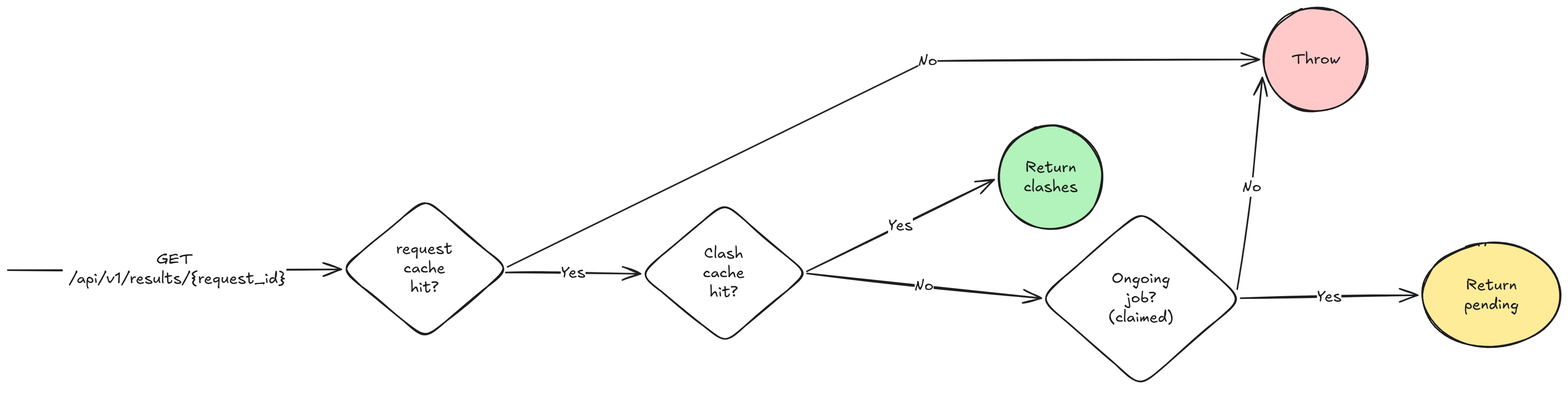
Before: docs/diagrams/poll-flow.png, a diagram exported from Excalidraw (2pacalypse/clashing-buildings). Source tidied: one line per element, renumbered; positions are measured from the earlier drawing's top-left corner, leaving out a move shared by most shapes. Its diagram source:
```json
{"id": 0, "type": "arrow", "strokeColor": "#1e1e1e", "strokeWidth": 2, "roughness": 1, "endArrowhead": "arrow", "to": 2, "x": 0, "y": 339, "width": 431, "height": 1, "points": [[0, 0], [431, -1]]}
{"id": 1, "type": "text", "text": "GET\n /api/v1/results/{request_id}", "strokeColor": "#1e1e1e", "strokeWidth": 2, "roughness": 1, "fontSize": 20, "fontFamily": 5, "textAlign": "center", "verticalAlign": "middle", "inside": 0, "x": 198, "y": 270, "width": 289, "height": 50}
{"id": 2, "type": "diamond", "strokeColor": "#1e1e1e", "strokeWidth": 2, "roughness": 1, "round": true, "x": 430, "y": 247, "width": 217, "height": 181}
{"id": 3, "type": "text", "text": "request\ncache\nhit?", "strokeColor": "#1e1e1e", "strokeWidth": 2, "roughness": 1, "fontSize": 20, "fontFamily": 5, "textAlign": "center", "verticalAlign": "middle", "inside": 2, "x": 502, "y": 299, "width": 73, "height": 75}
{"id": 4, "type": "text", "text": "No", "strokeColor": "#1e1e1e", "strokeWidth": 2, "roughness": 1, "fontSize": 20, "fontFamily": 5, "textAlign": "center", "verticalAlign": "middle", "inside": 8, "x": 936, "y": 398, "width": 25, "height": 25}
{"id": 5, "type": "arrow", "strokeColor": "#1e1e1e", "strokeWidth": 2, "roughness": 1, "endArrowhead": "arrow", "to": 10, "x": 643, "y": 342, "width": 174, "height": 2, "points": [[0, 0], [174, 2]]}
{"id": 6, "type": "text", "text": "Yes", "strokeColor": "#1e1e1e", "strokeWidth": 2, "roughness": 1, "fontSize": 20, "fontFamily": 5, "textAlign": "center", "verticalAlign": "middle", "inside": 5, "x": 889, "y": 289, "width": 32, "height": 25}
{"id": 7, "type": "ellipse", "strokeColor": "#1e1e1e", "backgroundColor": "#ffc9c9", "fillStyle": "solid", "strokeWidth": 2, "roughness": 1, "round": true, "x": 1623, "y": 0, "width": 134, "height": 134}
{"id": 8, "type": "arrow", "strokeColor": "#1e1e1e", "strokeWidth": 2, "roughness": 1, "endArrowhead": "arrow", "from": 2, "to": 7, "x": 646, "y": 335, "width": 972, "height": 268, "points": [[0, 0], [543, -266], [972, -268]]}
{"id": 9, "type": "text", "text": "Throw", "strokeColor": "#1e1e1e", "strokeWidth": 2, "roughness": 1, "fontSize": 20, "fontFamily": 5, "textAlign": "center", "verticalAlign": "middle", "inside": 7, "x": 1659, "y": 55, "width": 63, "height": 25}
{"id": 10, "type": "diamond", "strokeColor": "#1e1e1e", "strokeWidth": 2, "roughness": 1, "round": true, "x": 817, "y": 252, "width": 217, "height": 181}
{"id": 11, "type": "text", "text": "Clash\ncache\nhit?", "strokeColor": "#1e1e1e", "strokeWidth": 2, "roughness": 1, "fontSize": 20, "fontFamily": 5, "textAlign": "center", "verticalAlign": "middle", "inside": 10, "x": 898, "y": 305, "width": 54, "height": 75}
{"id": 12, "type": "ellipse", "strokeColor": "#1e1e1e", "backgroundColor": "#b2f2bb", "fillStyle": "solid", "strokeWidth": 2, "roughness": 1, "round": true, "x": 1281, "y": 152, "width": 134, "height": 134}
{"id": 13, "type": "text", "text": "Return\nclashes", "strokeColor": "#1e1e1e", "strokeWidth": 2, "roughness": 1, "fontSize": 20, "fontFamily": 5, "textAlign": "center", "verticalAlign": "middle", "inside": 12, "x": 1313, "y": 194, "width": 70, "height": 50}
{"id": 14, "type": "arrow", "strokeColor": "#1e1e1e", "strokeWidth": 2, "roughness": 1, "endArrowhead": "arrow", "from": 10, "to": 12, "x": 1032, "y": 341, "width": 242, "height": 119, "points": [[0, 0], [242, -119]]}
{"id": 15, "type": "text", "text": "Yes", "strokeColor": "#1e1e1e", "strokeWidth": 2, "roughness": 1, "fontSize": 20, "fontFamily": 5, "textAlign": "center", "verticalAlign": "middle", "inside": 14, "x": 1167, "y": 487, "width": 32, "height": 25}
{"id": 16, "type": "arrow", "strokeColor": "#1e1e1e", "strokeWidth": 2, "roughness": 1, "endArrowhead": "arrow", "from": 10, "to": 18, "x": 1033, "y": 343, "width": 303, "height": 32, "points": [[0, 0], [303, 32]]}
{"id": 17, "type": "text", "text": "No", "strokeColor": "#1e1e1e", "strokeWidth": 2, "roughness": 1, "fontSize": 20, "fontFamily": 5, "textAlign": "center", "verticalAlign": "middle", "inside": 16, "x": 1345, "y": 307, "width": 25, "height": 25}
{"id": 18, "type": "diamond", "strokeColor": "#1e1e1e", "strokeWidth": 2, "roughness": 1, "round": true, "x": 1333, "y": 261, "width": 262, "height": 228}
{"id": 19, "type": "text", "text": "Ongoing\njob?\n(claimed)", "strokeColor": "#1e1e1e", "strokeWidth": 2, "roughness": 1, "fontSize": 20, "fontFamily": 5, "textAlign": "center", "verticalAlign": "middle", "inside": 18, "x": 1422, "y": 338, "width": 84, "height": 75}
{"id": 20, "type": "arrow", "strokeColor": "#1e1e1e", "strokeWidth": 2, "roughness": 1, "endArrowhead": "arrow", "from": 18, "to": 7, "x": 1589, "y": 364, "width": 32, "height": 274, "points": [[0, 0], [19, -132], [32, -274]]}
{"id": 21, "type": "text", "text": "No", "strokeColor": "#1e1e1e", "strokeWidth": 2, "roughness": 1, "fontSize": 20, "fontFamily": 5, "textAlign": "center", "verticalAlign": "middle", "inside": 20, "x": 1381, "y": 397, "width": 25, "height": 25}
{"id": 22, "type": "ellipse", "strokeColor": "#1e1e1e", "backgroundColor": "#ffec99", "fillStyle": "solid", "strokeWidth": 2, "roughness": 1, "round": true, "x": 1828, "y": 304, "width": 178, "height": 134}
{"id": 23, "type": "text", "text": "Return\npending", "strokeColor": "#1e1e1e", "strokeWidth": 2, "roughness": 1, "fontSize": 20, "fontFamily": 5, "textAlign": "center", "verticalAlign": "middle", "inside": 22, "x": 1882, "y": 346, "width": 71, "height": 50}
{"id": 24, "type": "arrow", "strokeColor": "#1e1e1e", "strokeWidth": 2, "roughness": 1, "endArrowhead": "arrow", "from": 18, "to": 22, "x": 1593, "y": 375, "width": 229, "height": 4, "points": [[0, 0], [229, -4]]}
{"id": 25, "type": "text", "text": "Yes", "strokeColor": "#1e1e1e", "strokeWidth": 2, "roughness": 1, "fontSize": 20, "fontFamily": 5, "textAlign": "center", "verticalAlign": "middle", "inside": 24, "x": 1659, "y": 599, "width": 32, "height": 25}
```
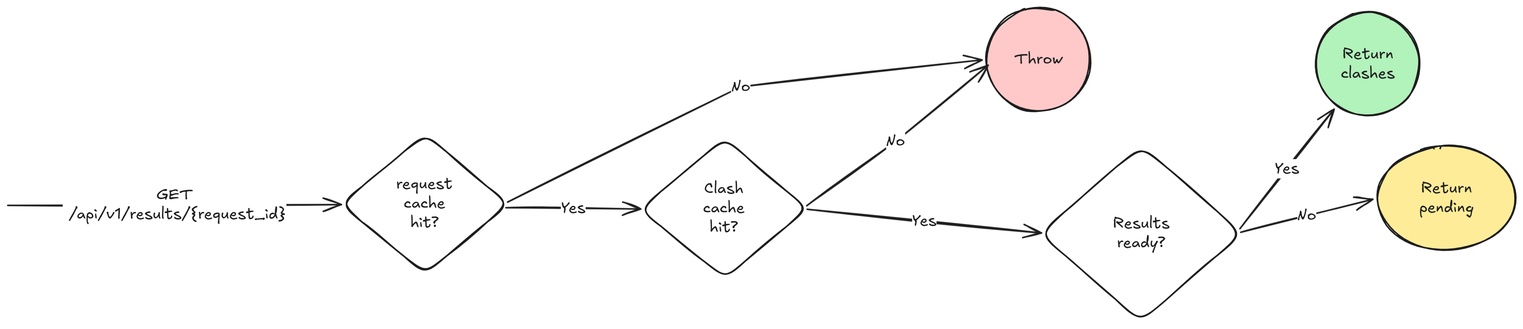
Later version of the same file.

Commit message:
chore: update flow diagrams for improved clarity and accuracy

The edit, as a diff of the source:
```diff
@@ -5,22 +5,22 @@
 {"id": 4, "type": "text", "text": "No", "strokeColor": "#1e1e1e", "strokeWidth": 2, "roughness": 1, "fontSize": 20, "fontFamily": 5, "textAlign": "center", "verticalAlign": "middle", "inside": 8, "x": 936, "y": 398, "width": 25, "height": 25}
 {"id": 5, "type": "arrow", "strokeColor": "#1e1e1e", "strokeWidth": 2, "roughness": 1, "endArrowhead": "arrow", "to": 10, "x": 643, "y": 342, "width": 174, "height": 2, "points": [[0, 0], [174, 2]]}
 {"id": 6, "type": "text", "text": "Yes", "strokeColor": "#1e1e1e", "strokeWidth": 2, "roughness": 1, "fontSize": 20, "fontFamily": 5, "textAlign": "center", "verticalAlign": "middle", "inside": 5, "x": 889, "y": 289, "width": 32, "height": 25}
-{"id": 7, "type": "ellipse", "strokeColor": "#1e1e1e", "backgroundColor": "#ffc9c9", "fillStyle": "solid", "strokeWidth": 2, "roughness": 1, "round": true, "x": 1623, "y": 0, "width": 134, "height": 134}
+{"id": 7, "type": "ellipse", "strokeColor": "#1e1e1e", "backgroundColor": "#ffc9c9", "fillStyle": "solid", "strokeWidth": 2, "roughness": 1, "round": true, "x": 1265, "y": 83, "width": 134, "height": 134}
-{"id": 8, "type": "arrow", "strokeColor": "#1e1e1e", "strokeWidth": 2, "roughness": 1, "endArrowhead": "arrow", "from": 2, "to": 7, "x": 646, "y": 335, "width": 972, "height": 268, "points": [[0, 0], [543, -266], [972, -268]]}
+{"id": 8, "type": "arrow", "strokeColor": "#1e1e1e", "strokeWidth": 2, "roughness": 1, "endArrowhead": "arrow", "from": 2, "to": 7, "x": 646, "y": 335, "width": 613, "height": 184, "points": [[0, 0], [301, -149], [613, -184]]}
-{"id": 9, "type": "text", "text": "Throw", "strokeColor": "#1e1e1e", "strokeWidth": 2, "roughness": 1, "fontSize": 20, "fontFamily": 5, "textAlign": "center", "verticalAlign": "middle", "inside": 7, "x": 1659, "y": 55, "width": 63, "height": 25}
+{"id": 9, "type": "text", "text": "Throw", "strokeColor": "#1e1e1e", "strokeWidth": 2, "roughness": 1, "fontSize": 20, "fontFamily": 5, "textAlign": "center", "verticalAlign": "middle", "inside": 7, "x": 1301, "y": 138, "width": 63, "height": 25}
 {"id": 10, "type": "diamond", "strokeColor": "#1e1e1e", "strokeWidth": 2, "roughness": 1, "round": true, "x": 817, "y": 252, "width": 217, "height": 181}
 {"id": 11, "type": "text", "text": "Clash\ncache\nhit?", "strokeColor": "#1e1e1e", "strokeWidth": 2, "roughness": 1, "fontSize": 20, "fontFamily": 5, "textAlign": "center", "verticalAlign": "middle", "inside": 10, "x": 898, "y": 305, "width": 54, "height": 75}
-{"id": 12, "type": "ellipse", "strokeColor": "#1e1e1e", "backgroundColor": "#b2f2bb", "fillStyle": "solid", "strokeWidth": 2, "roughness": 1, "round": true, "x": 1281, "y": 152, "width": 134, "height": 134}
+{"id": 12, "type": "ellipse", "strokeColor": "#1e1e1e", "backgroundColor": "#b2f2bb", "fillStyle": "solid", "strokeWidth": 2, "roughness": 1, "round": true, "x": 1690, "y": 89, "width": 134, "height": 134}
-{"id": 13, "type": "text", "text": "Return\nclashes", "strokeColor": "#1e1e1e", "strokeWidth": 2, "roughness": 1, "fontSize": 20, "fontFamily": 5, "textAlign": "center", "verticalAlign": "middle", "inside": 12, "x": 1313, "y": 194, "width": 70, "height": 50}
+{"id": 13, "type": "text", "text": "Return\nclashes", "strokeColor": "#1e1e1e", "strokeWidth": 2, "roughness": 1, "fontSize": 20, "fontFamily": 5, "textAlign": "center", "verticalAlign": "middle", "inside": 12, "x": 1722, "y": 131, "width": 70, "height": 50}
-{"id": 14, "type": "arrow", "strokeColor": "#1e1e1e", "strokeWidth": 2, "roughness": 1, "endArrowhead": "arrow", "from": 10, "to": 12, "x": 1032, "y": 341, "width": 242, "height": 119, "points": [[0, 0], [242, -119]]}
+{"id": 14, "type": "arrow", "strokeColor": "#1e1e1e", "strokeWidth": 2, "roughness": 1, "endArrowhead": "arrow", "from": 10, "to": 18, "x": 1033, "y": 344, "width": 303, "height": 31, "points": [[0, 0], [303, 31]]}
-{"id": 15, "type": "text", "text": "Yes", "strokeColor": "#1e1e1e", "strokeWidth": 2, "roughness": 1, "fontSize": 20, "fontFamily": 5, "textAlign": "center", "verticalAlign": "middle", "inside": 14, "x": 1167, "y": 487, "width": 32, "height": 25}
+{"id": 15, "type": "text", "text": "Yes", "strokeColor": "#1e1e1e", "strokeWidth": 2, "roughness": 1, "fontSize": 20, "fontFamily": 5, "textAlign": "center", "verticalAlign": "middle", "inside": 14, "x": 1138, "y": 269, "width": 32, "height": 25}
-{"id": 16, "type": "arrow", "strokeColor": "#1e1e1e", "strokeWidth": 2, "roughness": 1, "endArrowhead": "arrow", "from": 10, "to": 18, "x": 1033, "y": 343, "width": 303, "height": 32, "points": [[0, 0], [303, 32]]}
-{"id": 17, "type": "text", "text": "No", "strokeColor": "#1e1e1e", "strokeWidth": 2, "roughness": 1, "fontSize": 20, "fontFamily": 5, "textAlign": "center", "verticalAlign": "middle", "inside": 16, "x": 1345, "y": 307, "width": 25, "height": 25}
 {"id": 18, "type": "diamond", "strokeColor": "#1e1e1e", "strokeWidth": 2, "roughness": 1, "round": true, "x": 1333, "y": 261, "width": 262, "height": 228}
-{"id": 19, "type": "text", "text": "Ongoing\njob?\n(claimed)", "strokeColor": "#1e1e1e", "strokeWidth": 2, "roughness": 1, "fontSize": 20, "fontFamily": 5, "textAlign": "center", "verticalAlign": "middle", "inside": 18, "x": 1422, "y": 338, "width": 84, "height": 75}
+{"id": 19, "type": "text", "text": "Results\nready?", "strokeColor": "#1e1e1e", "strokeWidth": 2, "roughness": 1, "fontSize": 20, "fontFamily": 5, "textAlign": "center", "verticalAlign": "middle", "inside": 18, "x": 1427, "y": 350, "width": 74, "height": 50}
-{"id": 20, "type": "arrow", "strokeColor": "#1e1e1e", "strokeWidth": 2, "roughness": 1, "endArrowhead": "arrow", "from": 18, "to": 7, "x": 1589, "y": 364, "width": 32, "height": 274, "points": [[0, 0], [19, -132], [32, -274]]}
-{"id": 21, "type": "text", "text": "No", "strokeColor": "#1e1e1e", "strokeWidth": 2, "roughness": 1, "fontSize": 20, "fontFamily": 5, "textAlign": "center", "verticalAlign": "middle", "inside": 20, "x": 1381, "y": 397, "width": 25, "height": 25}
-{"id": 22, "type": "ellipse", "strokeColor": "#1e1e1e", "backgroundColor": "#ffec99", "fillStyle": "solid", "strokeWidth": 2, "roughness": 1, "round": true, "x": 1828, "y": 304, "width": 178, "height": 134}
+{"id": 22, "type": "ellipse", "strokeColor": "#1e1e1e", "backgroundColor": "#ffec99", "fillStyle": "solid", "strokeWidth": 2, "roughness": 1, "round": true, "x": 1770, "y": 263, "width": 178, "height": 134}
-{"id": 23, "type": "text", "text": "Return\npending", "strokeColor": "#1e1e1e", "strokeWidth": 2, "roughness": 1, "fontSize": 20, "fontFamily": 5, "textAlign": "center", "verticalAlign": "middle", "inside": 22, "x": 1882, "y": 346, "width": 71, "height": 50}
+{"id": 23, "type": "text", "text": "Return\npending", "strokeColor": "#1e1e1e", "strokeWidth": 2, "roughness": 1, "fontSize": 20, "fontFamily": 5, "textAlign": "center", "verticalAlign": "middle", "inside": 22, "x": 1823, "y": 305, "width": 71, "height": 50}
-{"id": 24, "type": "arrow", "strokeColor": "#1e1e1e", "strokeWidth": 2, "roughness": 1, "endArrowhead": "arrow", "from": 18, "to": 22, "x": 1593, "y": 375, "width": 229, "height": 4, "points": [[0, 0], [229, -4]]}
+{"id": 24, "type": "arrow", "strokeColor": "#1e1e1e", "strokeWidth": 2, "roughness": 1, "endArrowhead": "arrow", "from": 18, "to": 12, "x": 1592, "y": 369, "width": 122, "height": 155, "points": [[0, 0], [122, -155]]}
 {"id": 25, "type": "text", "text": "Yes", "strokeColor": "#1e1e1e", "strokeWidth": 2, "roughness": 1, "fontSize": 20, "fontFamily": 5, "textAlign": "center", "verticalAlign": "middle", "inside": 24, "x": 1659, "y": 599, "width": 32, "height": 25}
+{"id": 26, "type": "arrow", "strokeColor": "#1e1e1e", "strokeWidth": 2, "roughness": 1, "endArrowhead": "arrow", "from": 10, "to": 7, "x": 1032, "y": 340, "width": 234, "height": 182, "points": [[0, 0], [115, -83], [234, -182]]}
+{"id": 27, "type": "text", "text": "No", "strokeColor": "#1e1e1e", "strokeWidth": 2, "roughness": 1, "fontSize": 20, "fontFamily": 5, "textAlign": "center", "verticalAlign": "middle", "inside": 26, "x": 1603, "y": 236, "width": 25, "height": 25}
+{"id": 28, "type": "arrow", "strokeColor": "#1e1e1e", "strokeWidth": 2, "roughness": 1, "endArrowhead": "arrow", "from": 18, "to": 22, "x": 1593, "y": 374, "width": 171, "height": 43, "points": [[0, 0], [171, -43]]}
+{"id": 29, "type": "text", "text": "No", "strokeColor": "#1e1e1e", "strokeWidth": 2, "roughness": 1, "fontSize": 20, "fontFamily": 5, "textAlign": "center", "verticalAlign": "middle", "inside": 28, "x": 1680, "y": 353, "width": 25, "height": 25}
```
